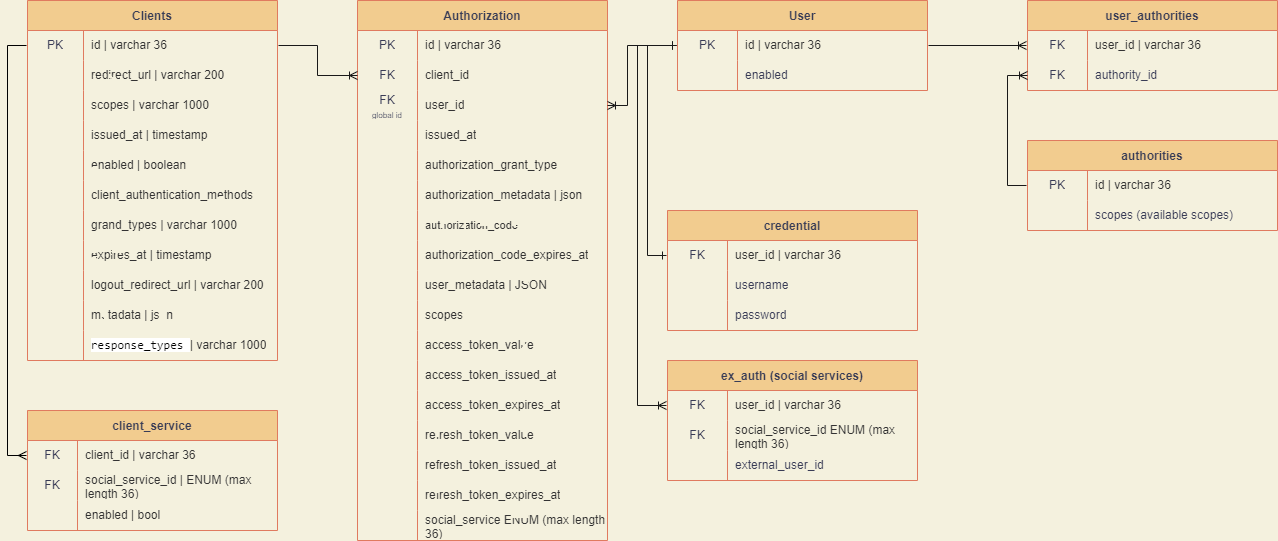
This is id/resources/db_scheme.png from KYamshanov/Mission-backend, a draw.io export, as it was before one commit. Source tidied: cells renumbered, new cells last; positions are measured from the earlier drawing's top-left corner, leaving out a move shared by most shapes.
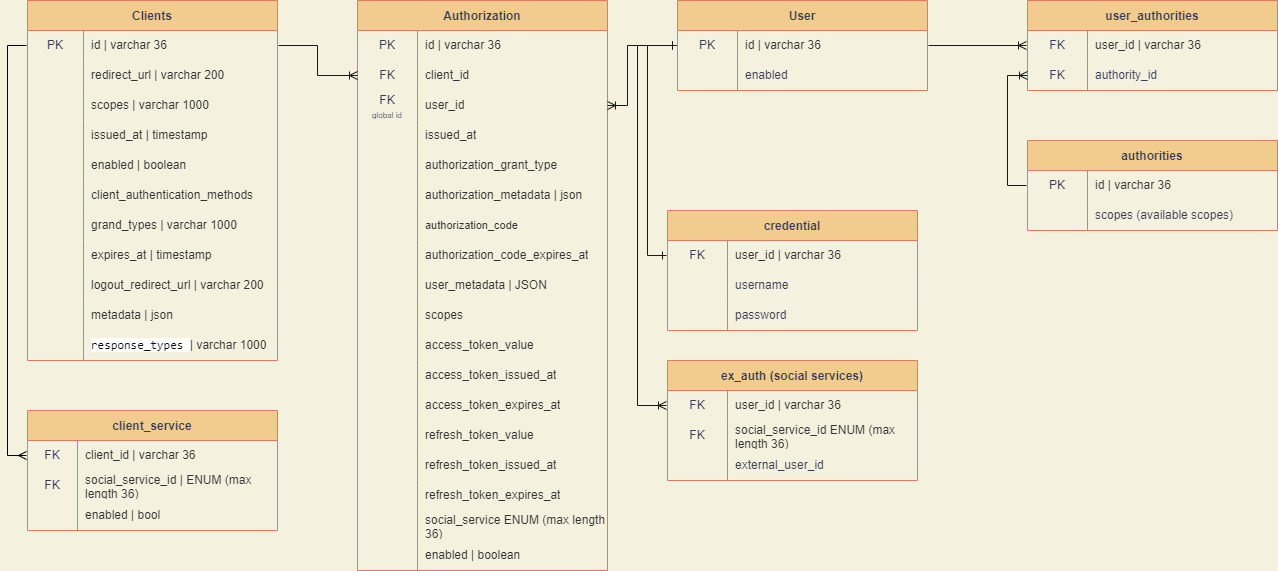
Later version of the same file.

The edit, as a diff of the source:
```diff
@@ -105,7 +105,7 @@
       <mxGeometry x="56" width="194" height="30" as="geometry" />
     </mxCell>
     <mxCell id="36" value="Authorization" style="shape=table;startSize=30;rowLines=0;fontStyle=1;fillColor=#F2CC8F;strokeColor=#E07A5F;fontColor=#393C56;" parent="1" vertex="1">
-      <mxGeometry x="330" width="250" height="540" as="geometry" />
+      <mxGeometry x="330" width="250" height="570" as="geometry" />
     </mxCell>
     <mxCell id="37" style="shape=tableRow;horizontal=0;startSize=0;swimlaneHead=0;swimlaneBody=0;top=0;left=0;bottom=0;right=0;strokeWidth=1;perimeterSpacing=1;shadow=0;swimlaneLine=1;sketch=0;strokeColor=#E07A5F;fillColor=none;fontColor=#393C56;" parent="36" vertex="1">
       <mxGeometry y="30" width="250" height="30" as="geometry" />
@@ -260,6 +260,15 @@
     <mxCell id="87" value="&lt;font color=&quot;#333333&quot;&gt;social_service&amp;nbsp;&lt;/font&gt;&lt;span style=&quot;color: rgb(51, 51, 51);&quot;&gt;ENUM (max length 36)&lt;/span&gt;&lt;font color=&quot;#333333&quot;&gt;&lt;br&gt;&lt;/font&gt;" style="shape=partialRectangle;html=1;whiteSpace=wrap;fillColor=none;top=0;left=0;bottom=0;right=0;align=left;spacingLeft=6;overflow=hidden;strokeColor=#E07A5F;fontColor=#393C56;" parent="85" vertex="1">
       <mxGeometry x="60" width="190" height="30" as="geometry" />
     </mxCell>
+    <mxCell id="146" style="shape=tableRow;horizontal=0;startSize=0;swimlaneHead=0;swimlaneBody=0;top=0;left=0;bottom=0;right=0;fillColor=none;strokeColor=#E07A5F;fontColor=#393C56;" parent="36" vertex="1">
+      <mxGeometry y="540" width="250" height="30" as="geometry" />
+    </mxCell>
+    <mxCell id="147" style="shape=partialRectangle;html=1;whiteSpace=wrap;fillColor=none;top=0;left=0;bottom=0;right=0;overflow=hidden;strokeColor=#E07A5F;fontColor=#393C56;" parent="146" vertex="1">
+      <mxGeometry width="60" height="30" as="geometry" />
+    </mxCell>
+    <mxCell id="148" value="&lt;font color=&quot;#333333&quot;&gt;enabled | boolean&lt;br&gt;&lt;/font&gt;" style="shape=partialRectangle;html=1;whiteSpace=wrap;fillColor=none;top=0;left=0;bottom=0;right=0;align=left;spacingLeft=6;overflow=hidden;strokeColor=#E07A5F;fontColor=#393C56;" parent="146" vertex="1">
+      <mxGeometry x="60" width="190" height="30" as="geometry" />
+    </mxCell>
     <mxCell id="88" style="edgeStyle=orthogonalEdgeStyle;rounded=0;jettySize=auto;html=1;exitX=0;exitY=0.5;exitDx=0;exitDy=0;entryX=1;entryY=0.5;entryDx=0;entryDy=0;strokeColor=#191919;endArrow=none;endFill=0;startArrow=ERoneToMany;startFill=0;" parent="1" edge="1" source="40" target="3">
       <mxGeometry relative="1" as="geometry" />
     </mxCell>
```
